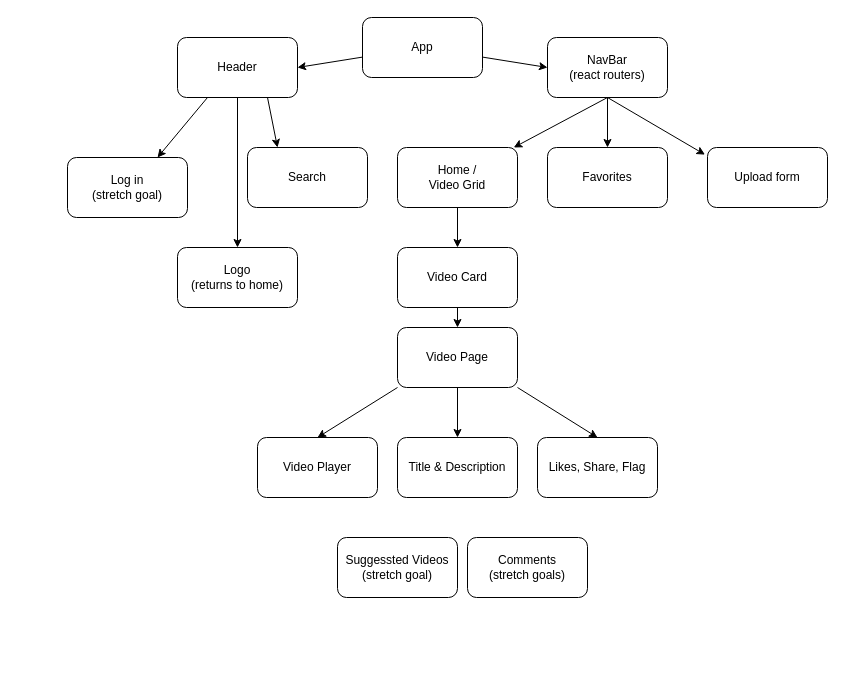
This is src/components/flowchart.drawio from peachyGB/EweTube, a draw.io file, before an edit. Source tidied: cells renumbered, new cells numbered last; positions are measured from the earlier drawing's top-left corner, leaving out a move shared by most shapes. Both pictures are drawn from the tidied source at 100%, with x=0, y=0 at pixel (67, 17).
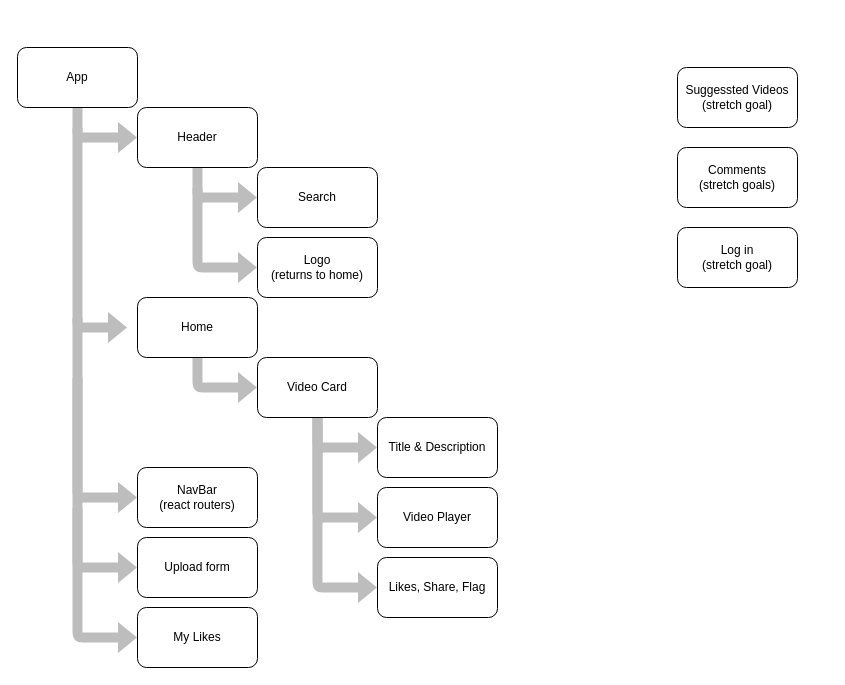
After the change.

Commit message (it also covers changes not shown here):
set up routers, rearranged hierarchy, changed favorites component to myLikes

Change to the diagram source:
```diff
@@
-    <mxCell id="2" style="edgeStyle=none;html=1;entryX=1;entryY=0.5;entryDx=0;entryDy=0;" parent="1" edge="1" source="5" target="9">
-      <mxGeometry relative="1" as="geometry" />
-    </mxCell>
-    <mxCell id="3" style="edgeStyle=none;html=1;entryX=0;entryY=0.5;entryDx=0;entryDy=0;" parent="1" edge="1" source="5" target="15">
-      <mxGeometry relative="1" as="geometry" />
-    </mxCell>
-    <mxCell id="4" style="edgeStyle=none;html=1;" parent="1" edge="1" source="5">
-      <mxGeometry relative="1" as="geometry">
-        <mxPoint x="380" y="60" as="targetPoint" />
-      </mxGeometry>
-    </mxCell>
     <mxCell id="5" value="App" style="rounded=1;whiteSpace=wrap;html=1;" parent="1" vertex="1">
-      <mxGeometry x="295" width="120" height="60" as="geometry" />
+      <mxGeometry x="-50" y="30" width="120" height="60" as="geometry" />
     </mxCell>
-    <mxCell id="6" style="edgeStyle=none;html=1;exitX=0.25;exitY=1;exitDx=0;exitDy=0;entryX=0.75;entryY=0;entryDx=0;entryDy=0;" parent="1" edge="1" source="9" target="10">
-      <mxGeometry relative="1" as="geometry" />
-    </mxCell>
-    <mxCell id="7" style="edgeStyle=none;html=1;exitX=0.75;exitY=1;exitDx=0;exitDy=0;entryX=0.25;entryY=0;entryDx=0;entryDy=0;" parent="1" edge="1" source="9" target="11">
-      <mxGeometry relative="1" as="geometry" />
-    </mxCell>
-    <mxCell id="8" style="edgeStyle=none;html=1;" parent="1" edge="1" source="9" target="31">
-      <mxGeometry relative="1" as="geometry" />
-    </mxCell>
     <mxCell id="9" value="Header" style="rounded=1;whiteSpace=wrap;html=1;" parent="1" vertex="1">
-      <mxGeometry x="110" y="20" width="120" height="60" as="geometry" />
+      <mxGeometry x="70" y="90" width="120" height="60" as="geometry" />
     </mxCell>
     <mxCell id="10" value="Log in&lt;br&gt;(stretch goal)" style="rounded=1;whiteSpace=wrap;html=1;" parent="1" vertex="1">
-      <mxGeometry y="140" width="120" height="60" as="geometry" />
+      <mxGeometry x="610" y="210" width="120" height="60" as="geometry" />
     </mxCell>
     <mxCell id="11" value="Search" style="rounded=1;whiteSpace=wrap;html=1;" parent="1" vertex="1">
-      <mxGeometry x="180" y="130" width="120" height="60" as="geometry" />
+      <mxGeometry x="190" y="150" width="120" height="60" as="geometry" />
     </mxCell>
-    <mxCell id="12" style="edgeStyle=none;html=1;entryX=-0.021;entryY=0.119;entryDx=0;entryDy=0;entryPerimeter=0;exitX=0.5;exitY=1;exitDx=0;exitDy=0;" parent="1" edge="1" source="15" target="18">
-      <mxGeometry relative="1" as="geometry" />
-    </mxCell>
-    <mxCell id="13" style="edgeStyle=none;html=1;exitX=0.5;exitY=1;exitDx=0;exitDy=0;" parent="1" edge="1" source="15" target="17">
-      <mxGeometry relative="1" as="geometry" />
-    </mxCell>
-    <mxCell id="14" style="edgeStyle=none;html=1;exitX=0.5;exitY=1;exitDx=0;exitDy=0;entryX=0.5;entryY=0;entryDx=0;entryDy=0;" parent="1" edge="1" source="15" target="29">
-      <mxGeometry relative="1" as="geometry" />
-    </mxCell>
     <mxCell id="15" value="NavBar&lt;br&gt;(react routers)" style="rounded=1;whiteSpace=wrap;html=1;" parent="1" vertex="1">
-      <mxGeometry x="480" y="20" width="120" height="60" as="geometry" />
+      <mxGeometry x="70" y="450" width="120" height="60" as="geometry" />
     </mxCell>
-    <mxCell id="16" style="edgeStyle=none;html=1;" parent="1" edge="1" source="17" target="24">
-      <mxGeometry relative="1" as="geometry" />
-    </mxCell>
-    <mxCell id="17" value="Home / &lt;br&gt;Video Grid" style="rounded=1;whiteSpace=wrap;html=1;" parent="1" vertex="1">
-      <mxGeometry x="330" y="130" width="120" height="60" as="geometry" />
+    <mxCell id="17" value="Home" style="rounded=1;whiteSpace=wrap;html=1;" parent="1" vertex="1">
+      <mxGeometry x="70" y="280" width="120" height="60" as="geometry" />
     </mxCell>
     <mxCell id="18" value="Upload form" style="rounded=1;whiteSpace=wrap;html=1;" parent="1" vertex="1">
-      <mxGeometry x="640" y="130" width="120" height="60" as="geometry" />
+      <mxGeometry x="70" y="520" width="120" height="60" as="geometry" />
     </mxCell>
-    <mxCell id="19" style="edgeStyle=none;html=1;entryX=0.5;entryY=0;entryDx=0;entryDy=0;exitX=0;exitY=1;exitDx=0;exitDy=0;" parent="1" edge="1" source="22" target="25">
-      <mxGeometry relative="1" as="geometry" />
-    </mxCell>
-    <mxCell id="20" style="edgeStyle=none;html=1;entryX=0.5;entryY=0;entryDx=0;entryDy=0;" parent="1" edge="1" source="22" target="26">
-      <mxGeometry relative="1" as="geometry" />
-    </mxCell>
-    <mxCell id="21" style="edgeStyle=none;html=1;exitX=1;exitY=1;exitDx=0;exitDy=0;entryX=0.5;entryY=0;entryDx=0;entryDy=0;" parent="1" edge="1" source="22" target="28">
-      <mxGeometry relative="1" as="geometry" />
-    </mxCell>
-    <mxCell id="22" value="Video Page" style="rounded=1;whiteSpace=wrap;html=1;" parent="1" vertex="1">
-      <mxGeometry x="330" y="310" width="120" height="60" as="geometry" />
-    </mxCell>
-    <mxCell id="23" style="edgeStyle=none;html=1;" parent="1" edge="1" source="24" target="22">
-      <mxGeometry relative="1" as="geometry" />
-    </mxCell>
     <mxCell id="24" value="Video Card" style="rounded=1;whiteSpace=wrap;html=1;" parent="1" vertex="1">
-      <mxGeometry x="330" y="230" width="120" height="60" as="geometry" />
+      <mxGeometry x="190" y="340" width="120" height="60" as="geometry" />
     </mxCell>
     <mxCell id="25" value="Video Player" style="rounded=1;whiteSpace=wrap;html=1;" parent="1" vertex="1">
-      <mxGeometry x="190" y="420" width="120" height="60" as="geometry" />
+      <mxGeometry x="310" y="470" width="120" height="60" as="geometry" />
     </mxCell>
     <mxCell id="26" value="Title &amp;amp; Description" style="rounded=1;whiteSpace=wrap;html=1;" parent="1" vertex="1">
-      <mxGeometry x="330" y="420" width="120" height="60" as="geometry" />
+      <mxGeometry x="310" y="400" width="120" height="60" as="geometry" />
     </mxCell>
     <mxCell id="27" value="Comments&lt;br&gt;(stretch goals)" style="rounded=1;whiteSpace=wrap;html=1;" parent="1" vertex="1">
-      <mxGeometry x="400" y="520" width="120" height="60" as="geometry" />
+      <mxGeometry x="610" y="130" width="120" height="60" as="geometry" />
     </mxCell>
     <mxCell id="28" value="Likes, Share, Flag" style="rounded=1;whiteSpace=wrap;html=1;" parent="1" vertex="1">
-      <mxGeometry x="470" y="420" width="120" height="60" as="geometry" />
+      <mxGeometry x="310" y="540" width="120" height="60" as="geometry" />
     </mxCell>
-    <mxCell id="29" value="Favorites" style="rounded=1;whiteSpace=wrap;html=1;" parent="1" vertex="1">
-      <mxGeometry x="480" y="130" width="120" height="60" as="geometry" />
+    <mxCell id="29" value="My Likes" style="rounded=1;whiteSpace=wrap;html=1;" parent="1" vertex="1">
+      <mxGeometry x="70" y="590" width="120" height="60" as="geometry" />
     </mxCell>
     <mxCell id="30" value="Suggessted Videos&lt;br&gt;(stretch goal)" style="rounded=1;whiteSpace=wrap;html=1;" parent="1" vertex="1">
-      <mxGeometry x="270" y="520" width="120" height="60" as="geometry" />
+      <mxGeometry x="610" y="50" width="120" height="60" as="geometry" />
     </mxCell>
     <mxCell id="31" value="Logo&lt;br&gt;(returns to home)" style="rounded=1;whiteSpace=wrap;html=1;" parent="1" vertex="1">
-      <mxGeometry x="110" y="230" width="120" height="60" as="geometry" />
+      <mxGeometry x="190" y="220" width="120" height="60" as="geometry" />
     </mxCell>
+    <mxCell id="32" style="edgeStyle=segmentEdgeStyle;endArrow=classic;html=1;shape=flexArrow;fillColor=#BDBDBD;strokeColor=none;entryX=0;entryY=0.5;entryDx=0;entryDy=0;" parent="1" edge="1" target="9">
+      <mxGeometry relative="1" as="geometry">
+        <mxPoint x="10" y="90" as="sourcePoint" />
+        <Array as="points">
+          <mxPoint x="10" y="120" />
+        </Array>
+      </mxGeometry>
+    </mxCell>
+    <mxCell id="33" style="edgeStyle=segmentEdgeStyle;endArrow=classic;html=1;shape=flexArrow;fillColor=#BDBDBD;strokeColor=none;" parent="1" edge="1">
+      <mxGeometry relative="1" as="geometry">
+        <mxPoint x="10" y="110" as="sourcePoint" />
+        <mxPoint x="60" y="310" as="targetPoint" />
+        <Array as="points">
+          <mxPoint x="10" y="310" />
+        </Array>
+      </mxGeometry>
+    </mxCell>
+    <mxCell id="34" style="edgeStyle=segmentEdgeStyle;endArrow=classic;html=1;shape=flexArrow;fillColor=#BDBDBD;strokeColor=none;entryX=0;entryY=0.5;entryDx=0;entryDy=0;" parent="1" edge="1" target="11">
+      <mxGeometry relative="1" as="geometry">
+        <mxPoint x="130" y="150" as="sourcePoint" />
+        <Array as="points">
+          <mxPoint x="130" y="180" />
+        </Array>
+      </mxGeometry>
+    </mxCell>
+    <mxCell id="35" style="edgeStyle=segmentEdgeStyle;endArrow=classic;html=1;shape=flexArrow;fillColor=#BDBDBD;strokeColor=none;entryX=0;entryY=0.5;entryDx=0;entryDy=0;" parent="1" edge="1" target="31">
+      <mxGeometry relative="1" as="geometry">
+        <mxPoint x="130" y="170" as="sourcePoint" />
+        <Array as="points">
+          <mxPoint x="130" y="250" />
+        </Array>
+      </mxGeometry>
+    </mxCell>
+    <mxCell id="36" style="edgeStyle=segmentEdgeStyle;endArrow=classic;html=1;shape=flexArrow;fillColor=#BDBDBD;strokeColor=none;entryX=0;entryY=0.5;entryDx=0;entryDy=0;" parent="1" edge="1" target="15">
+      <mxGeometry relative="1" as="geometry">
+        <mxPoint x="10" y="300" as="sourcePoint" />
+        <Array as="points">
+          <mxPoint x="10" y="480" />
+        </Array>
+      </mxGeometry>
+    </mxCell>
+    <mxCell id="16" style="edgeStyle=segmentEdgeStyle;endArrow=classic;html=1;shape=flexArrow;fillColor=#BDBDBD;strokeColor=none;exitX=0.5;exitY=1;exitDx=0;exitDy=0;entryX=0;entryY=0.5;entryDx=0;entryDy=0;" parent="1" edge="1" source="17" target="24">
+      <mxGeometry relative="1" as="geometry">
+        <Array as="points">
+          <mxPoint x="130" y="370" />
+        </Array>
+      </mxGeometry>
+    </mxCell>
+    <mxCell id="37" style="edgeStyle=segmentEdgeStyle;endArrow=classic;html=1;shape=flexArrow;fillColor=#BDBDBD;strokeColor=none;entryX=0;entryY=0.5;entryDx=0;entryDy=0;exitX=0.5;exitY=1;exitDx=0;exitDy=0;" parent="1" edge="1" source="24" target="26">
+      <mxGeometry relative="1" as="geometry">
+        <Array as="points">
+          <mxPoint x="250" y="430" />
+        </Array>
+      </mxGeometry>
+    </mxCell>
+    <mxCell id="38" style="edgeStyle=segmentEdgeStyle;endArrow=classic;html=1;shape=flexArrow;fillColor=#BDBDBD;strokeColor=none;entryX=0;entryY=0.5;entryDx=0;entryDy=0;exitX=0.5;exitY=1;exitDx=0;exitDy=0;" parent="1" edge="1" source="24" target="25">
+      <mxGeometry relative="1" as="geometry">
+        <Array as="points">
+          <mxPoint x="250" y="500" />
+        </Array>
+      </mxGeometry>
+    </mxCell>
+    <mxCell id="39" style="edgeStyle=segmentEdgeStyle;endArrow=classic;html=1;shape=flexArrow;fillColor=#BDBDBD;strokeColor=none;entryX=0;entryY=0.5;entryDx=0;entryDy=0;exitX=0.5;exitY=1;exitDx=0;exitDy=0;" parent="1" edge="1" source="24" target="28">
+      <mxGeometry relative="1" as="geometry">
+        <Array as="points">
+          <mxPoint x="250" y="570" />
+        </Array>
+      </mxGeometry>
+    </mxCell>
+    <mxCell id="40" style="edgeStyle=segmentEdgeStyle;endArrow=classic;html=1;shape=flexArrow;fillColor=#BDBDBD;strokeColor=none;entryX=0;entryY=0.5;entryDx=0;entryDy=0;" parent="1" edge="1" target="18">
+      <mxGeometry relative="1" as="geometry">
+        <mxPoint x="10" y="360" as="sourcePoint" />
+        <Array as="points">
+          <mxPoint x="10" y="550" />
+        </Array>
+      </mxGeometry>
+    </mxCell>
+    <mxCell id="41" style="edgeStyle=segmentEdgeStyle;endArrow=classic;html=1;shape=flexArrow;fillColor=#BDBDBD;strokeColor=none;entryX=0;entryY=0.5;entryDx=0;entryDy=0;" parent="1" edge="1" target="29">
+      <mxGeometry relative="1" as="geometry">
+        <mxPoint x="10" y="490" as="sourcePoint" />
+        <Array as="points">
+          <mxPoint x="10" y="620" />
+        </Array>
+      </mxGeometry>
+    </mxCell>
```
